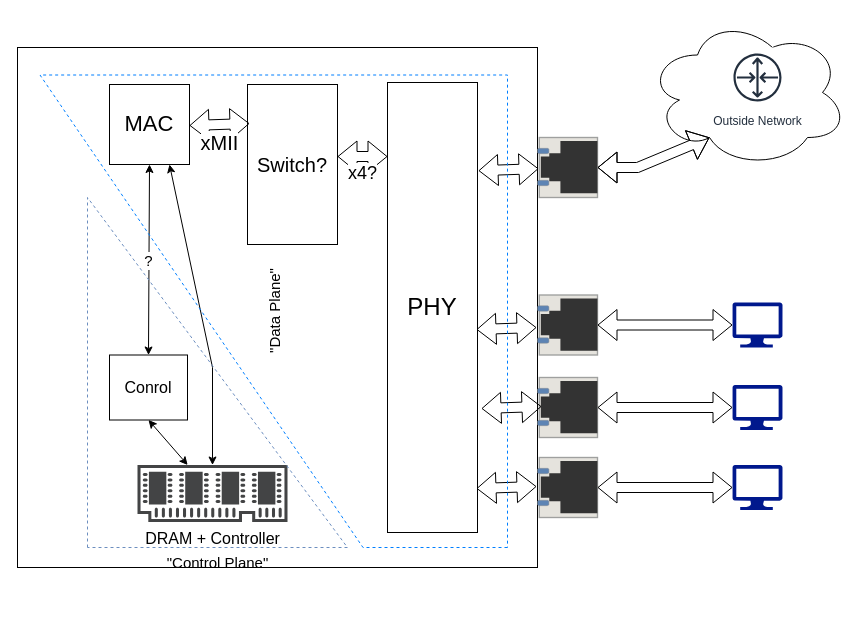
Before: page "Page-2" (2 of 2) of diagrams/router.drawio in rustbox/discussion, a draw.io diagram. Source tidied: cells renumbered, new cells numbered last; positions are measured from the earlier drawing's top-left corner, leaving out a move shared by most shapes. Both pictures are drawn from the tidied source at 100%, with x=0, y=0 at pixel (17, 17).
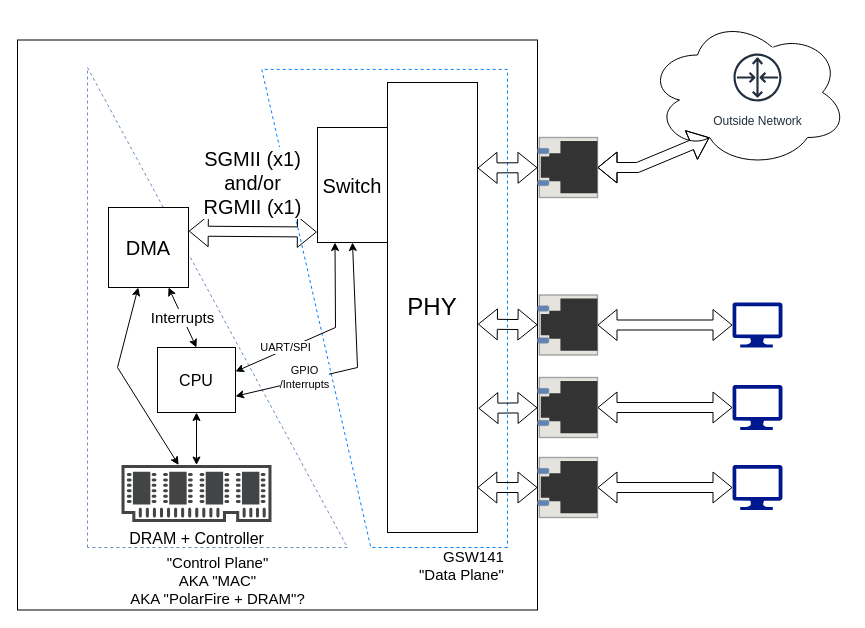
The same diagram, later.

Commit message:
Change example to match GSW141 chip

Unchanged cells that the change refers to:
```xml
<mxCell id="8" style="html=1;verticalLabelPosition=bottom;verticalAlign=top;outlineConnect=0;shadow=0;dashed=0;shape=mxgraph.rack.hpe_aruba.switches.rj45_sfp_alt;rotation=-90;" parent="1" vertex="1">
  <mxGeometry x="520" y="440" width="60" height="60" as="geometry" />
</mxCell>
<mxCell id="9" style="html=1;verticalLabelPosition=bottom;verticalAlign=top;outlineConnect=0;shadow=0;dashed=0;shape=mxgraph.rack.hpe_aruba.switches.rj45_sfp_alt;rotation=-90;" parent="1" vertex="1">
  <mxGeometry x="520" y="360" width="60" height="60" as="geometry" />
</mxCell>
<mxCell id="10" style="html=1;verticalLabelPosition=bottom;verticalAlign=top;outlineConnect=0;shadow=0;dashed=0;shape=mxgraph.rack.hpe_aruba.switches.rj45_sfp_alt;rotation=-90;" parent="1" vertex="1">
  <mxGeometry x="520" y="277.5" width="60" height="60" as="geometry" />
</mxCell>
<mxCell id="11" style="html=1;verticalLabelPosition=bottom;verticalAlign=top;outlineConnect=0;shadow=0;dashed=0;shape=mxgraph.rack.hpe_aruba.switches.rj45_sfp_alt;rotation=-90;" parent="1" vertex="1">
  <mxGeometry x="520" y="120" width="60" height="60" as="geometry" />
</mxCell>
<mxCell id="16" value="PHY" style="rounded=0;whiteSpace=wrap;html=1;fontSize=24;" parent="1" vertex="1">
  <mxGeometry x="370" y="65" width="90" height="450" as="geometry" />
</mxCell>
```

Diff of the diagram source:
```diff
@@
     <mxCell id="2" style="rounded=0;whiteSpace=wrap;html=1;" parent="1" vertex="1">
-      <mxGeometry y="30" width="520" height="520" as="geometry" />
+      <mxGeometry y="22.5" width="520" height="570" as="geometry" />
     </mxCell>
+    <mxCell id="30" value="&lt;div&gt;&quot;Data Plane&quot;&lt;/div&gt;&lt;div&gt;GSW141&lt;br&gt;&lt;/div&gt;" style="shape=manualInput;whiteSpace=wrap;html=1;rotation=-90;fillColor=none;dashed=1;size=109;fontSize=15;strokeColor=#007FFF;textDirection=vertical-lr;labelPosition=left;verticalLabelPosition=middle;align=right;verticalAlign=bottom;" parent="1" vertex="1">
+      <mxGeometry x="128.1" y="168.1" width="478.1" height="245.7" as="geometry" />
+    </mxCell>
+    <mxCell id="31" value="&quot;Control Plane&quot;&lt;br&gt;&lt;div&gt;AKA &quot;MAC&quot;&lt;/div&gt;&lt;div&gt;AKA &quot;PolarFire + DRAM&quot;?&lt;br&gt;&lt;/div&gt;" style="verticalLabelPosition=bottom;verticalAlign=top;html=1;shape=mxgraph.basic.orthogonal_triangle;rotation=0;dashed=1;fillColor=none;fontSize=15;horizontal=1;strokeColor=#6C8EBF;" parent="1" vertex="1">
+      <mxGeometry x="70" y="50" width="260" height="480" as="geometry" />
+    </mxCell>
@@
-    <mxCell id="17" style="shape=flexArrow;endArrow=classic;startArrow=classic;html=1;rounded=0;exitX=1.011;exitY=0.196;exitDx=0;exitDy=0;exitPerimeter=0;entryX=1.002;entryY=0.233;entryDx=0;entryDy=0;entryPerimeter=0;" parent="1" edge="1" source="16" target="2">
+    <mxCell id="17" style="shape=flexArrow;endArrow=classic;startArrow=classic;html=1;rounded=0;exitX=1;exitY=0.19;exitDx=0;exitDy=0;exitPerimeter=0;" parent="1" edge="1" source="16" target="11">
       <mxGeometry relative="1" as="geometry" />
     </mxCell>
-    <mxCell id="18" style="shape=flexArrow;endArrow=classic;startArrow=classic;html=1;rounded=0;exitX=1.011;exitY=0.196;exitDx=0;exitDy=0;exitPerimeter=0;entryX=1.002;entryY=0.233;entryDx=0;entryDy=0;entryPerimeter=0;" parent="1" edge="1">
-      <mxGeometry relative="1" as="geometry">
-        <mxPoint x="459" y="312" as="sourcePoint" />
-        <mxPoint x="519" y="310" as="targetPoint" />
-      </mxGeometry>
+    <mxCell id="18" style="shape=flexArrow;endArrow=classic;startArrow=classic;html=1;rounded=0;exitX=1.004;exitY=0.537;exitDx=0;exitDy=0;exitPerimeter=0;" parent="1" edge="1" source="16" target="10">
+      <mxGeometry relative="1" as="geometry" />
     </mxCell>
-    <mxCell id="19" style="shape=flexArrow;endArrow=classic;startArrow=classic;html=1;rounded=0;exitX=1.011;exitY=0.196;exitDx=0;exitDy=0;exitPerimeter=0;entryX=1.002;entryY=0.233;entryDx=0;entryDy=0;entryPerimeter=0;" parent="1" edge="1">
-      <mxGeometry relative="1" as="geometry">
-        <mxPoint x="464" y="391" as="sourcePoint" />
-        <mxPoint x="524" y="389" as="targetPoint" />
-      </mxGeometry>
+    <mxCell id="19" style="shape=flexArrow;endArrow=classic;startArrow=classic;html=1;rounded=0;exitX=1.01;exitY=0.724;exitDx=0;exitDy=0;exitPerimeter=0;" parent="1" edge="1" source="16" target="9">
+      <mxGeometry relative="1" as="geometry" />
     </mxCell>
-    <mxCell id="20" style="shape=flexArrow;endArrow=classic;startArrow=classic;html=1;rounded=0;exitX=1.011;exitY=0.196;exitDx=0;exitDy=0;exitPerimeter=0;entryX=1.002;entryY=0.233;entryDx=0;entryDy=0;entryPerimeter=0;" parent="1" edge="1">
-      <mxGeometry relative="1" as="geometry">
-        <mxPoint x="459" y="471" as="sourcePoint" />
-        <mxPoint x="519" y="469" as="targetPoint" />
-      </mxGeometry>
+    <mxCell id="20" style="shape=flexArrow;endArrow=classic;startArrow=classic;html=1;rounded=0;exitX=0.998;exitY=0.9;exitDx=0;exitDy=0;exitPerimeter=0;" parent="1" edge="1" source="16" target="8">
+      <mxGeometry relative="1" as="geometry" />
     </mxCell>
-    <mxCell id="21" value="&lt;font style=&quot;font-size: 20px;&quot;&gt;Switch?&lt;/font&gt;" style="rounded=0;whiteSpace=wrap;html=1;" parent="1" vertex="1">
-      <mxGeometry x="230" y="67" width="90" height="160" as="geometry" />
+    <mxCell id="21" value="&lt;div style=&quot;font-size: 20px;&quot;&gt;&lt;font style=&quot;font-size: 20px;&quot;&gt;Switch&lt;br style=&quot;font-size: 20px;&quot;&gt;&lt;/font&gt;&lt;/div&gt;" style="rounded=0;whiteSpace=wrap;html=1;fontSize=20;" parent="1" vertex="1">
+      <mxGeometry x="300" y="110" width="70" height="115" as="geometry" />
     </mxCell>
-    <mxCell id="22" value="&lt;div&gt;x4?&lt;/div&gt;" style="shape=flexArrow;endArrow=classic;startArrow=classic;html=1;rounded=0;exitX=1.011;exitY=0.196;exitDx=0;exitDy=0;exitPerimeter=0;fontSize=18;verticalAlign=top;" parent="1" edge="1">
-      <mxGeometry relative="1" as="geometry">
-        <mxPoint x="320" y="139" as="sourcePoint" />
-        <mxPoint x="370" y="139" as="targetPoint" />
-      </mxGeometry>
-    </mxCell>
-    <mxCell id="23" value="&lt;font style=&quot;font-size: 22px;&quot;&gt;MAC&lt;/font&gt;" style="whiteSpace=wrap;html=1;" parent="1" vertex="1">
-      <mxGeometry x="92" y="67" width="80" height="80" as="geometry" />
+    <mxCell id="23" value="DMA" style="whiteSpace=wrap;html=1;fontSize=20;" parent="1" vertex="1">
+      <mxGeometry x="91" y="190" width="80" height="80" as="geometry" />
     </mxCell>
-    <mxCell id="24" value="xMII" style="shape=flexArrow;endArrow=classic;startArrow=classic;html=1;rounded=0;exitX=1.011;exitY=0.196;exitDx=0;exitDy=0;exitPerimeter=0;entryX=1.002;entryY=0.233;entryDx=0;entryDy=0;entryPerimeter=0;fontSize=20;verticalAlign=top;" parent="1" edge="1">
-      <mxGeometry relative="1" as="geometry">
-        <mxPoint x="172" y="108" as="sourcePoint" />
-        <mxPoint x="232" y="106" as="targetPoint" />
-      </mxGeometry>
+    <mxCell id="24" value="&lt;div&gt;SGMII (x1)&lt;/div&gt;&lt;div&gt;and/or&lt;br&gt;&lt;/div&gt;&lt;div&gt;RGMII (x1)&lt;br&gt;&lt;/div&gt;" style="shape=flexArrow;endArrow=classic;startArrow=classic;html=1;rounded=0;exitX=1.003;exitY=0.295;exitDx=0;exitDy=0;exitPerimeter=0;entryX=-0.009;entryY=0.909;entryDx=0;entryDy=0;entryPerimeter=0;fontSize=20;verticalAlign=bottom;labelPosition=center;verticalLabelPosition=top;align=center;spacingBottom=10;" parent="1" edge="1" source="23" target="21">
+      <mxGeometry relative="1" as="geometry" />
     </mxCell>
-    <mxCell id="25" value="Conrol" style="rounded=0;whiteSpace=wrap;html=1;fontSize=16;" parent="1" vertex="1">
-      <mxGeometry x="92" y="337.5" width="78" height="65" as="geometry" />
+    <mxCell id="25" value="CPU" style="rounded=0;whiteSpace=wrap;html=1;fontSize=16;" parent="1" vertex="1">
+      <mxGeometry x="140" y="330" width="78" height="65" as="geometry" />
     </mxCell>
-    <mxCell id="26" value="?" style="endArrow=classic;startArrow=classic;html=1;rounded=0;entryX=0.5;entryY=1;entryDx=0;entryDy=0;exitX=0.5;exitY=0;exitDx=0;exitDy=0;fontSize=15;" parent="1" edge="1" source="25" target="23">
+    <mxCell id="26" value="Interrupts" style="endArrow=classic;startArrow=classic;html=1;rounded=0;entryX=0.75;entryY=1;entryDx=0;entryDy=0;exitX=0.5;exitY=0;exitDx=0;exitDy=0;fontSize=15;" parent="1" edge="1" source="25" target="23">
       <mxGeometry relative="1" as="geometry" />
     </mxCell>
     <mxCell id="27" value="&lt;font style=&quot;font-size: 16px;&quot;&gt;DRAM + Controller&lt;br&gt;&lt;/font&gt;" style="sketch=0;shadow=0;dashed=0;html=1;strokeColor=none;fillColor=#434445;labelPosition=center;verticalLabelPosition=bottom;verticalAlign=top;align=center;outlineConnect=0;shape=mxgraph.vvd.memory;" parent="1" vertex="1">
-      <mxGeometry x="120" y="447.5" width="150" height="57" as="geometry" />
+      <mxGeometry x="104" y="447.5" width="150" height="57" as="geometry" />
     </mxCell>
@@
-    <mxCell id="29" style="endArrow=classic;startArrow=classic;html=1;rounded=0;entryX=0.75;entryY=1;entryDx=0;entryDy=0;" parent="1" edge="1" source="27" target="23">
+    <mxCell id="29" style="endArrow=classic;startArrow=classic;html=1;rounded=0;" parent="1" edge="1" source="27" target="23">
       <mxGeometry relative="1" as="geometry">
         <Array as="points">
-          <mxPoint x="195" y="350" />
+          <mxPoint x="100" y="350" />
         </Array>
       </mxGeometry>
     </mxCell>
-    <mxCell id="30" value="&lt;div&gt;&quot;Data Plane&quot;&lt;/div&gt;" style="shape=manualInput;whiteSpace=wrap;html=1;rotation=-90;fillColor=none;dashed=1;size=323;fontSize=15;strokeColor=#007FFF;" parent="1" vertex="1">
-      <mxGeometry x="20" y="60" width="472.5" height="467.5" as="geometry" />
-    </mxCell>
-    <mxCell id="31" value="&quot;Control Plane&quot;" style="verticalLabelPosition=bottom;verticalAlign=top;html=1;shape=mxgraph.basic.orthogonal_triangle;rotation=0;dashed=1;fillColor=none;fontSize=15;horizontal=1;strokeColor=#6C8EBF;" parent="1" vertex="1">
-      <mxGeometry x="70" y="180" width="260" height="350" as="geometry" />
-    </mxCell>
+    <mxCell id="32" style="endArrow=classic;startArrow=classic;html=1;rounded=0;exitX=0.25;exitY=1;exitDx=0;exitDy=0;" parent="1" edge="1" source="21">
+      <mxGeometry relative="1" as="geometry">
+        <mxPoint x="218" y="354" as="targetPoint" />
+        <Array as="points">
+          <mxPoint x="318" y="310" />
+        </Array>
+      </mxGeometry>
+    </mxCell>
+    <mxCell id="33" value="UART/SPI" style="edgeLabel;html=1;align=center;verticalAlign=middle;" parent="32" vertex="1">
+      <mxGeometry x="0.43" y="-3" relative="1" as="geometry" />
+    </mxCell>
+    <mxCell id="34" style="endArrow=classic;startArrow=classic;html=1;rounded=0;exitX=0.5;exitY=1;exitDx=0;exitDy=0;entryX=1;entryY=0.75;entryDx=0;entryDy=0;" parent="1" edge="1" source="21" target="25">
+      <mxGeometry relative="1" as="geometry">
+        <Array as="points">
+          <mxPoint x="340" y="350" />
+        </Array>
+      </mxGeometry>
+    </mxCell>
+    <mxCell id="35" value="GPIO&lt;br&gt;/Interrupts" style="edgeLabel;html=1;align=center;verticalAlign=middle;" parent="34" vertex="1">
+      <mxGeometry x="0.43" y="-3" relative="1" as="geometry" />
+    </mxCell>
```
